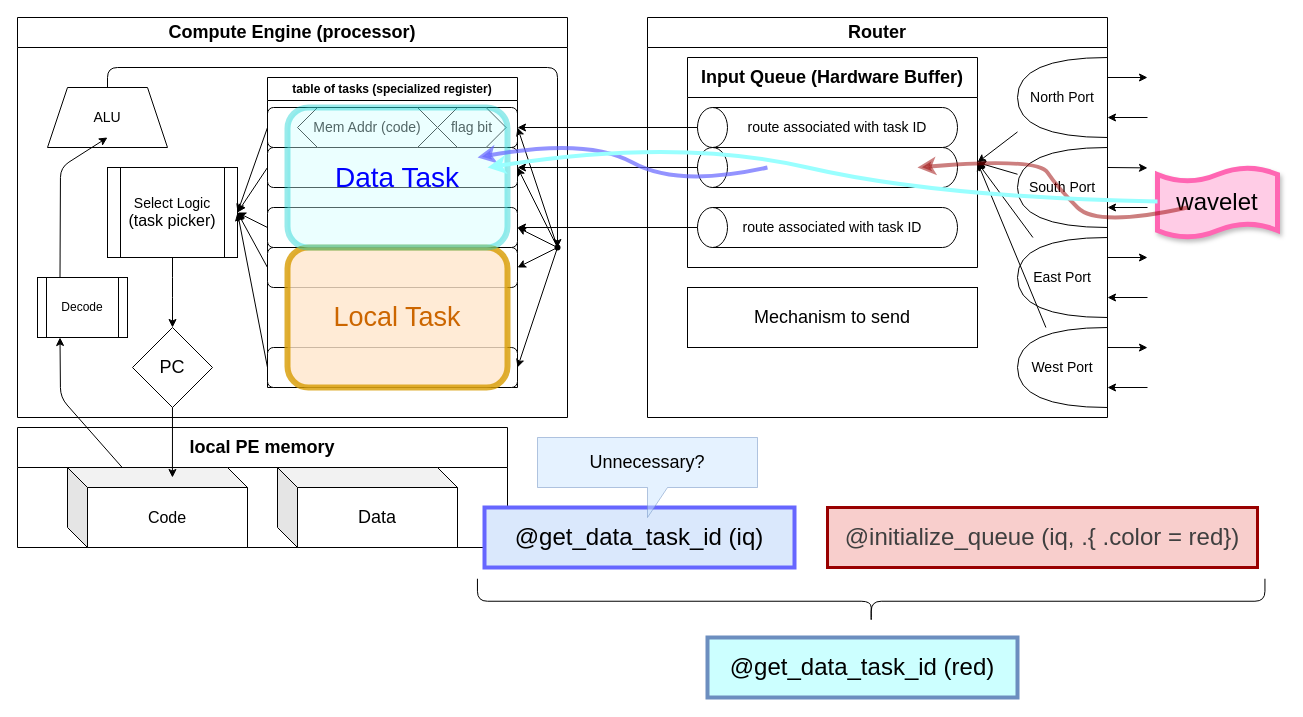
This is page "example" (1 of 2) of docs/img/csCommunication.drawio from gunnersgoestocl/cuda-introduction, a draw.io file, before an edit. Source tidied: cells renumbered, new cells numbered last; positions are measured from the earlier drawing's top-left corner, leaving out a move shared by most shapes. Both pictures are drawn from the tidied source at 100%, with x=0, y=0 at pixel (17, -3).
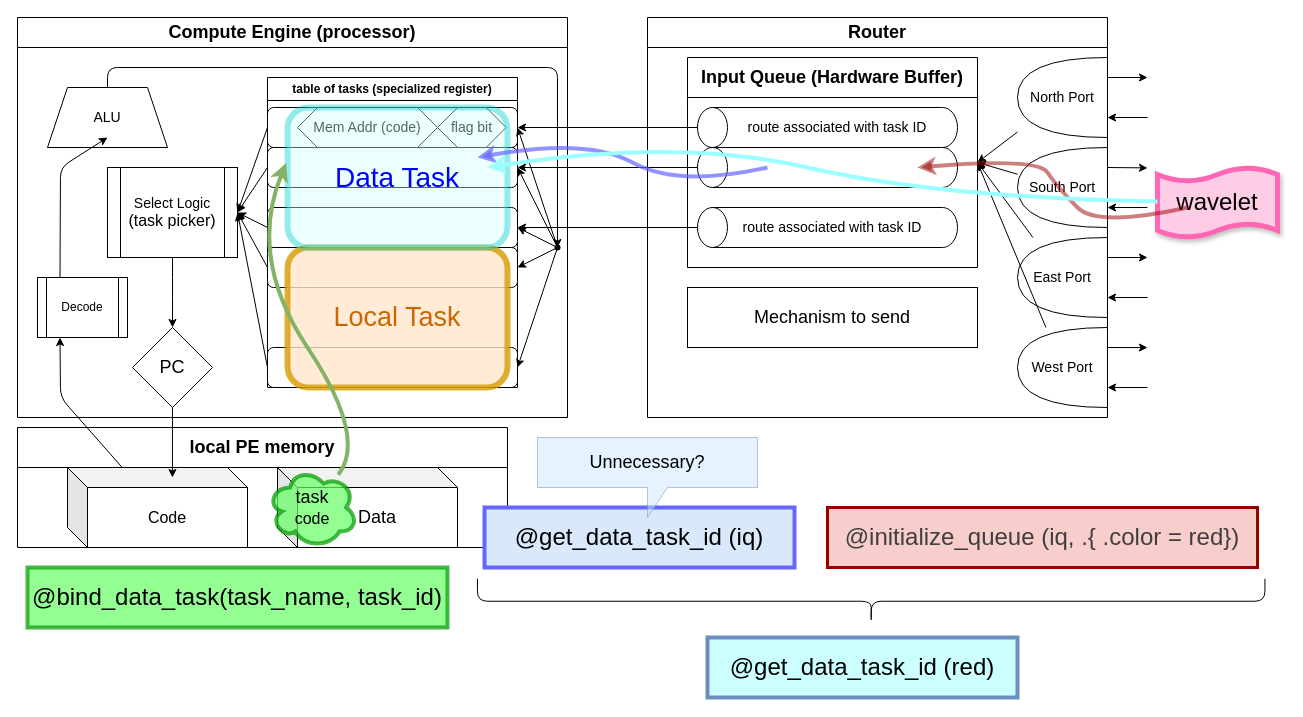
After the change.

Commit message (it also covers changes not shown here):
feat: task activation (complete)

The change refers to these unchanged cells:
```xml
<mxCell id="23" value="&lt;font style=&quot;color: rgb(0, 0, 255); font-size: 28px;&quot;&gt;Data Task&lt;/font&gt;" style="rounded=1;whiteSpace=wrap;html=1;opacity=40;strokeWidth=6;glass=0;fillColor=#CCFFFF;strokeColor=#00CCCC;fillStyle=auto;" parent="13" vertex="1">
  <mxGeometry x="20" y="30" width="220" height="140" as="geometry" />
</mxCell>
<mxCell id="53" value="&lt;span style=&quot;font-size: 18px;&quot;&gt;local PE memory&lt;/span&gt;" style="swimlane;whiteSpace=wrap;html=1;startSize=40;" parent="1" vertex="1">
  <mxGeometry y="430" width="490" height="120" as="geometry" />
</mxCell>
```

Change to the diagram source:
```diff
@@
+    <mxCell id="74" value="&lt;font style=&quot;font-size: 18px;&quot;&gt;task&lt;/font&gt;&lt;div&gt;&lt;font size=&quot;3&quot;&gt;code&lt;/font&gt;&lt;/div&gt;" style="ellipse;shape=cloud;whiteSpace=wrap;html=1;strokeColor=#009900;strokeWidth=4;opacity=70;fillColor=#66FF66;" parent="53" vertex="1">
+      <mxGeometry x="250" y="40" width="90" height="80" as="geometry" />
+    </mxCell>
@@
+    <mxCell id="75" style="curved=1;endArrow=classic;html=1;entryX=-0.006;entryY=0.396;entryDx=0;entryDy=0;entryPerimeter=0;fillColor=#d5e8d4;strokeColor=#82b366;strokeWidth=4;" parent="1" edge="1" source="74" target="23">
+      <mxGeometry relative="1" as="geometry">
+        <Array as="points">
+          <mxPoint x="350" y="440" />
+          <mxPoint x="230" y="260" />
+        </Array>
+      </mxGeometry>
+    </mxCell>
+    <mxCell id="76" value="&lt;font style=&quot;font-size: 24px;&quot;&gt;@bind_data_task(task_name, task_id)&lt;/font&gt;" style="rounded=0;whiteSpace=wrap;html=1;fillColor=#66FF66;opacity=70;strokeColor=#009900;strokeWidth=4;" parent="1" vertex="1">
+      <mxGeometry x="10" y="570" width="420" height="60" as="geometry" />
+    </mxCell>
```
